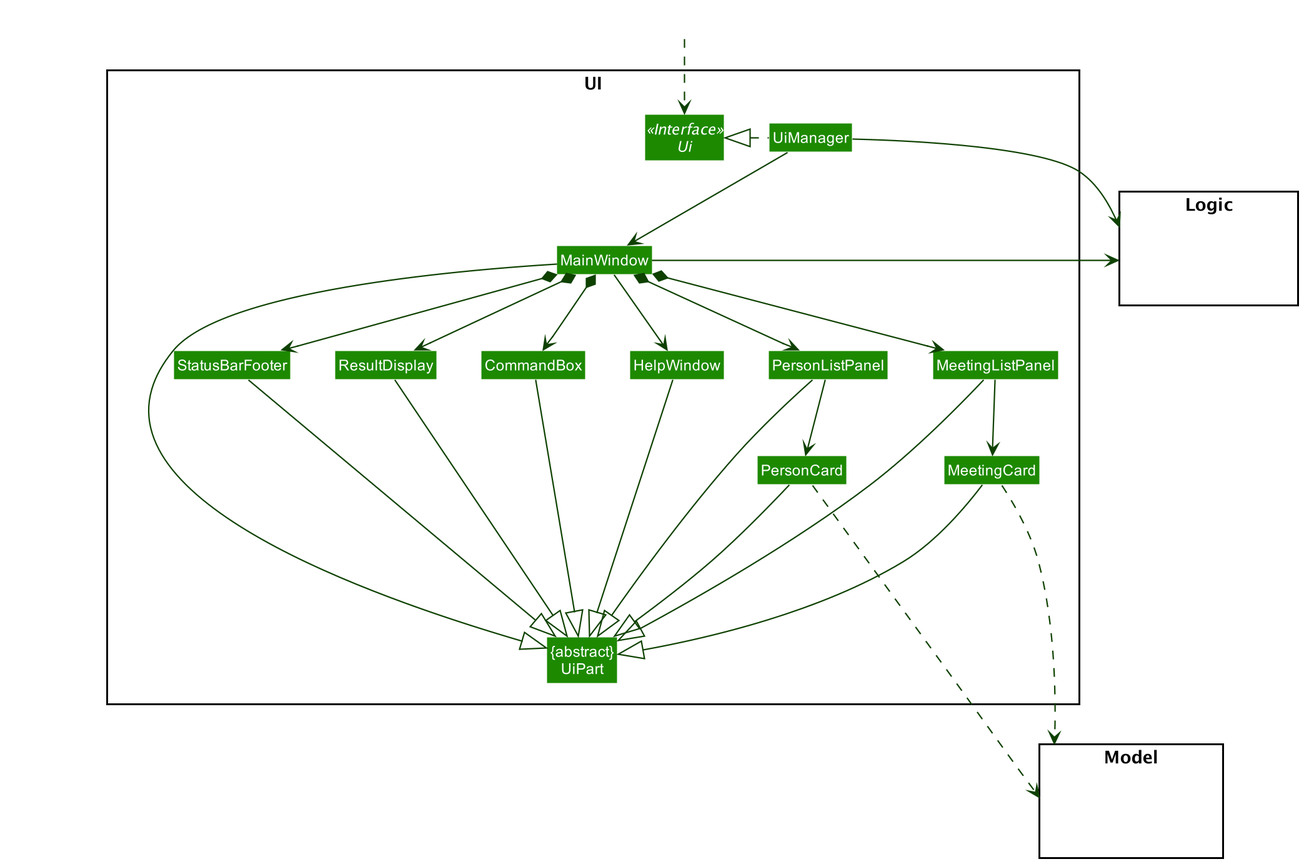
nus-cs2103-AY2021S2/tp keeps this PlantUML diagram as docs/images/UiClassDiagram.png. Above is the earlier version. The source it was exported from:
```plantuml
@startuml
!include style.puml
skinparam arrowThickness 1.1
skinparam arrowColor UI_COLOR_T4
skinparam classBackgroundColor UI_COLOR

package UI <<Rectangle>>{
Interface Ui <<Interface>>
Class "{abstract}\nUiPart" as UiPart
Class UiManager
Class MainWindow
Class HelpWindow
Class ResultDisplay
Class PersonListPanel
Class PersonCard
Class MeetingListPanel
Class MeetingCard
Class StatusBarFooter
Class CommandBox
}

package Model <<Rectangle>> {
Class HiddenModel #FFFFFF
}

package Logic <<Rectangle>> {
Class HiddenLogic #FFFFFF
}

Class HiddenOutside #FFFFFF
HiddenOutside ..> Ui

UiManager .left.|> Ui
UiManager -down-> MainWindow
MainWindow --> HelpWindow
MainWindow *-down-> CommandBox
MainWindow *-down-> ResultDisplay
MainWindow *-down-> PersonListPanel
MainWindow *-down-> MeetingListPanel
MainWindow *-down-> StatusBarFooter


PersonListPanel -down-> PersonCard
MeetingListPanel -down-> MeetingCard

MainWindow -left-|> UiPart

ResultDisplay --|> UiPart
CommandBox --|> UiPart
PersonListPanel --|> UiPart
PersonCard --|> UiPart
MeetingListPanel --|> UiPart
MeetingCard ---|> UiPart
StatusBarFooter --|> UiPart
HelpWindow -down-|> UiPart

PersonCard ....> Model
MeetingCard ....> Model
UiManager -right-> Logic
MainWindow -left-> Logic

MeetingCard -[hidden]left- PersonCard

MeetingListPanel -[hidden]left- PersonListPanel
PersonListPanel -[hidden]left- HelpWindow
HelpWindow -[hidden]left- CommandBox
CommandBox -[hidden]left- ResultDisplay
ResultDisplay -[hidden]left- StatusBarFooter

MainWindow -[hidden]-|> UiPart
@enduml
```
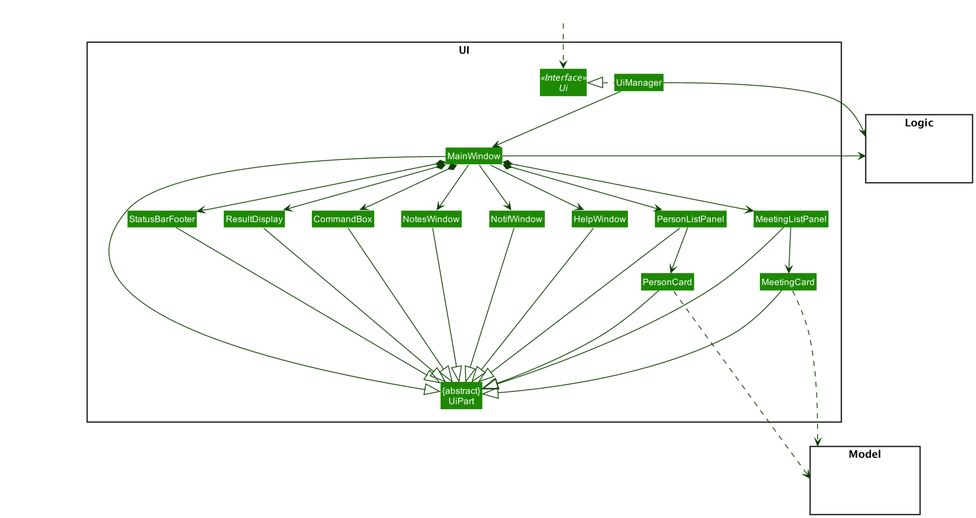
The same diagram one commit later.

The edit, as a diff of the source:
```diff
@@ -10,6 +10,8 @@
 Class UiManager
 Class MainWindow
 Class HelpWindow
+Class NotesWindow
+Class NotifWindow
 Class ResultDisplay
 Class PersonListPanel
 Class PersonCard
@@ -33,6 +35,8 @@
 UiManager .left.|> Ui
 UiManager -down-> MainWindow
 MainWindow --> HelpWindow
+MainWindow --> NotesWindow
+MainWindow --> NotifWindow
 MainWindow *-down-> CommandBox
 MainWindow *-down-> ResultDisplay
 MainWindow *-down-> PersonListPanel
@@ -53,6 +57,8 @@
 MeetingCard ---|> UiPart
 StatusBarFooter --|> UiPart
 HelpWindow -down-|> UiPart
+NotesWindow  --|> UiPart
+NotifWindow --|> UiPart
 
 PersonCard ....> Model
 MeetingCard ....> Model
@@ -63,7 +69,9 @@
 
 MeetingListPanel -[hidden]left- PersonListPanel
 PersonListPanel -[hidden]left- HelpWindow
-HelpWindow -[hidden]left- CommandBox
+HelpWindow -[hidden]left- NotifWindow
+NotifWindow -[hidden]left- NotesWindow
+NotesWindow -[hidden]left- CommandBox
 CommandBox -[hidden]left- ResultDisplay
 ResultDisplay -[hidden]left- StatusBarFooter
 
```
